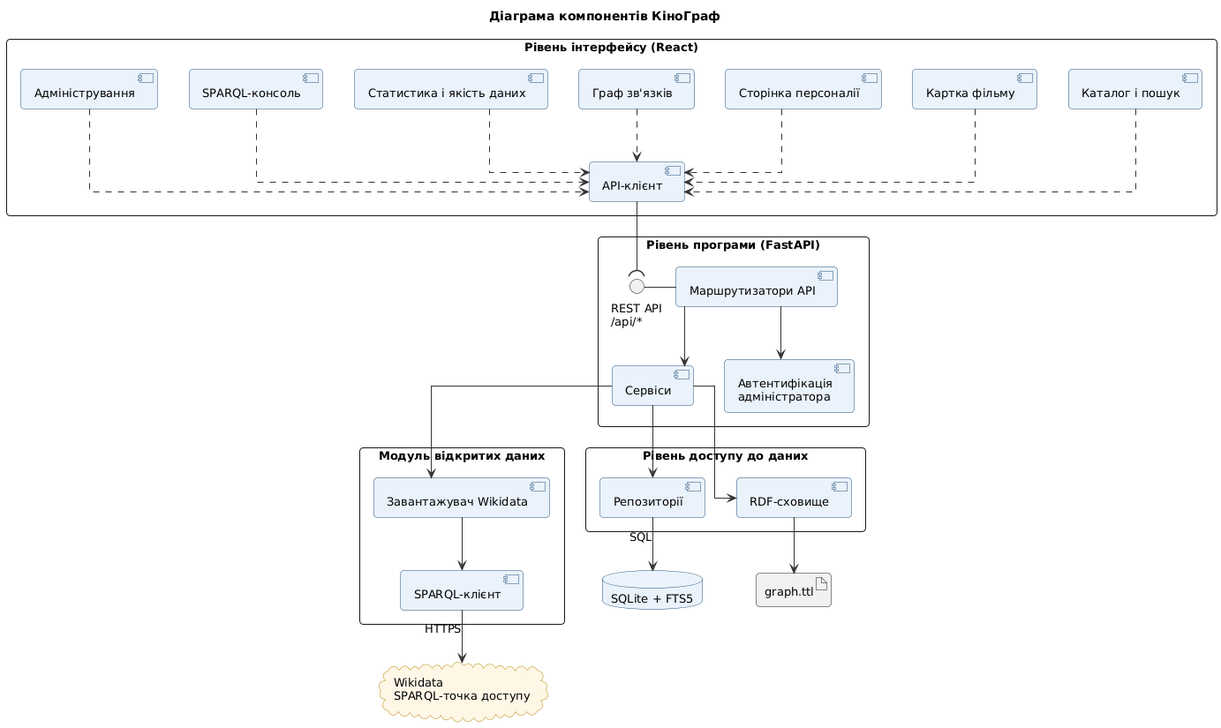
pryanikalenaknu/kinograf keeps this PlantUML diagram as docs/uml/06_component.png. Above is the earlier version.
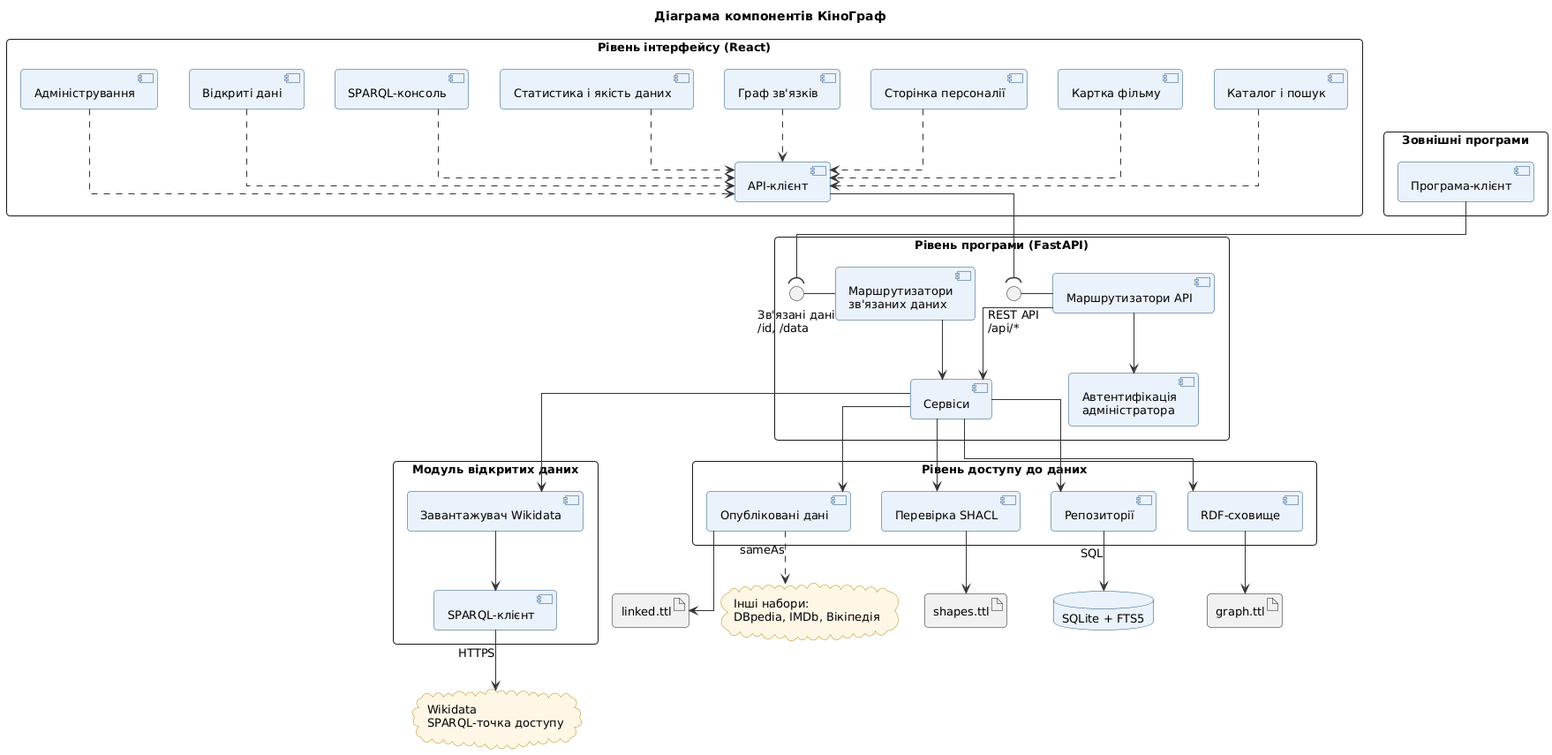
After the change.

Change to the diagram source:
```diff
@@ -22,18 +22,26 @@
   [Граф зв'язків] as ui_graph
   [Статистика і якість даних] as ui_stats
   [SPARQL-консоль] as ui_sparql
+  [Відкриті дані] as ui_open
   [Адміністрування] as ui_admin
   [API-клієнт] as ui_client
 }
+package "Зовнішні програми" {
+  [Програма-клієнт] as ext_client
+}
 package "Рівень програми (FastAPI)" {
   interface "REST API\n/api/*" as rest
+  interface "Зв'язані дані\n/id, /data" as ld
   [Маршрутизатори API] as routers
+  [Маршрутизатори\nзв'язаних даних] as ldrouters
   [Сервіси] as services
   [Автентифікація\nадміністратора] as auth
 }
 package "Рівень доступу до даних" {
   [Репозиторії] as repos
   [RDF-сховище] as rdfstore
+  [Опубліковані дані] as linkedstore
+  [Перевірка SHACL] as shacl
 }
 package "Модуль відкритих даних" {
   [Завантажувач Wikidata] as loader
@@ -41,23 +49,35 @@
 }
 database "SQLite + FTS5" as sqlite
 artifact "graph.ttl" as ttl
+artifact "linked.ttl" as linked
+artifact "shapes.ttl" as shapes
 cloud "Wikidata\nSPARQL-точка доступу" as wikidata
+cloud "Інші набори:\nDBpedia, IMDb, Вікіпедія" as others
 ui_catalog ..> ui_client
 ui_film ..> ui_client
 ui_person ..> ui_client
 ui_graph ..> ui_client
 ui_stats ..> ui_client
 ui_sparql ..> ui_client
+ui_open ..> ui_client
 ui_admin ..> ui_client
 ui_client --( rest
+ext_client --( ld
 rest - routers
+ld - ldrouters
 routers --> services
 routers --> auth
+ldrouters --> services
 services --> repos
 services --> rdfstore
+services --> linkedstore
+services --> shacl
 services --> loader
 loader --> client
 client --> wikidata : HTTPS
 repos --> sqlite : SQL
 rdfstore --> ttl
+linkedstore --> linked
+shacl --> shapes
+linkedstore ..> others : sameAs
 @enduml
```
